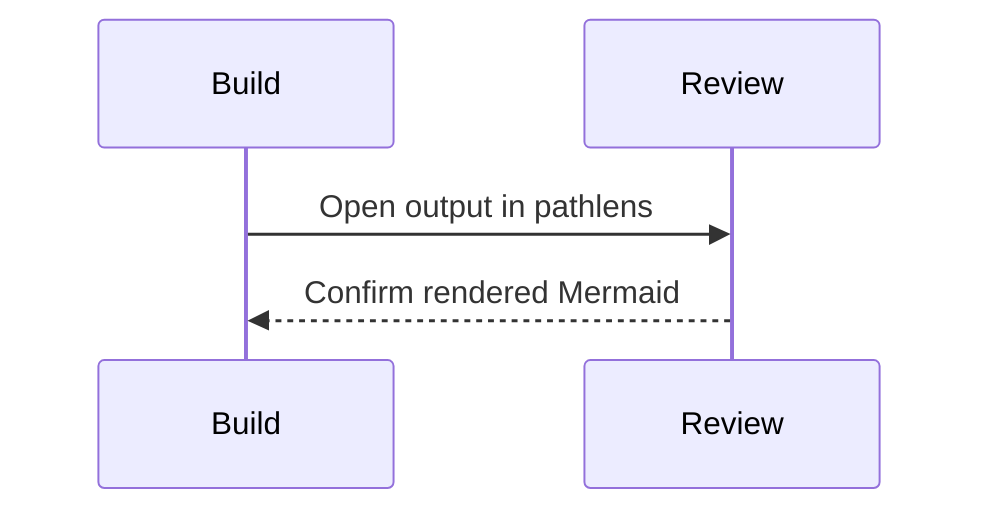
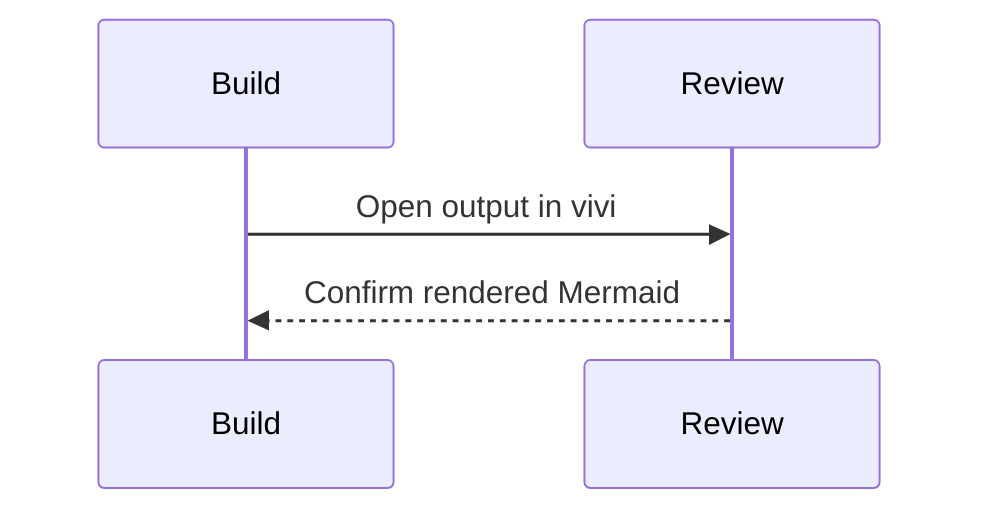
sequenceDiagram
  participant Build
  participant Review
-   Build->>Review: Open output in pathlens
+   Build->>Review: Open output in vivi
  Review-->>Build: Confirm rendered Mermaid
